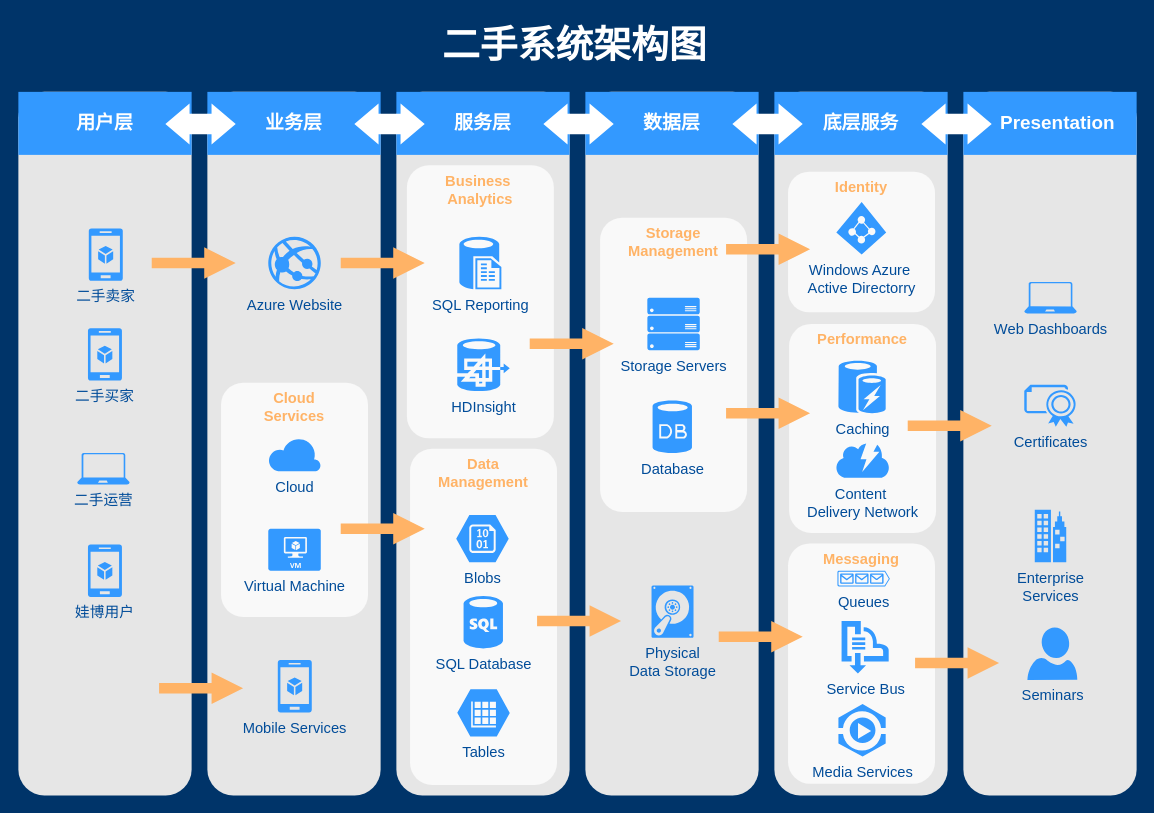
This is Untitled Diagram.drawio from killermyth/Documents, a draw.io file, before an edit. Source tidied: cells renumbered, new cells numbered last; positions are measured from the earlier drawing's top-left corner, leaving out a move shared by most shapes. Both pictures are drawn from the tidied source at 105%, with x=0, y=0 at pixel (18, 18). Pictures stored in the file or linked from it are replaced by grey dashed boxes.
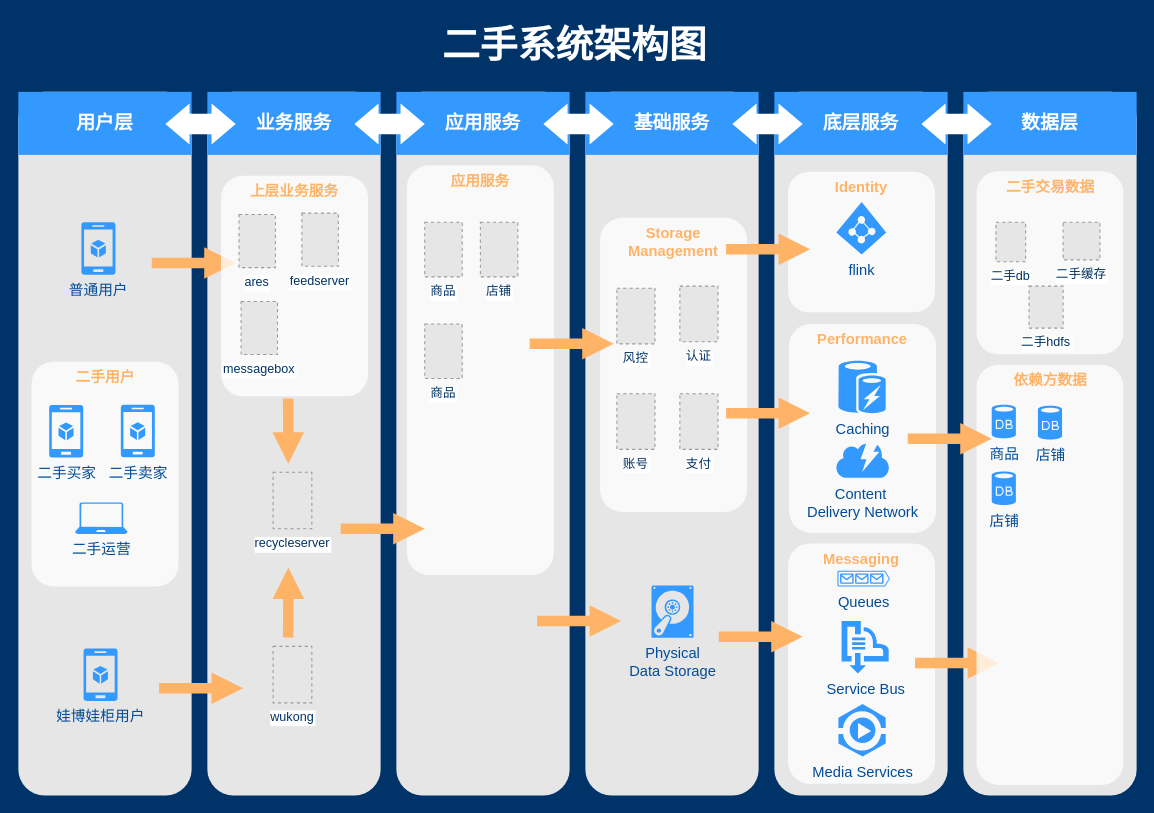
The same diagram, later.

Diff of the diagram source:
```diff
@@
-    <mxCell id="9" value="业务层" style="whiteSpace=wrap;html=1;dashed=1;strokeColor=none;strokeWidth=2;fillColor=#3399FF;fontFamily=Helvetica;fontSize=18;fontColor=#FFFFFF;fontStyle=1;" parent="1" vertex="1">
+    <mxCell id="9" value="业务服务" style="whiteSpace=wrap;html=1;dashed=1;strokeColor=none;strokeWidth=2;fillColor=#3399FF;fontFamily=Helvetica;fontSize=18;fontColor=#FFFFFF;fontStyle=1;" parent="1" vertex="1">
       <mxGeometry x="180" y="70" width="165" height="60" as="geometry" />
     </mxCell>
-    <mxCell id="10" value="服务层" style="whiteSpace=wrap;html=1;dashed=1;strokeColor=none;strokeWidth=2;fillColor=#3399FF;fontFamily=Helvetica;fontSize=18;fontColor=#FFFFFF;fontStyle=1;" parent="1" vertex="1">
+    <mxCell id="10" value="应用服务" style="whiteSpace=wrap;html=1;dashed=1;strokeColor=none;strokeWidth=2;fillColor=#3399FF;fontFamily=Helvetica;fontSize=18;fontColor=#FFFFFF;fontStyle=1;" parent="1" vertex="1">
       <mxGeometry x="360" y="70" width="165" height="60" as="geometry" />
     </mxCell>
-    <mxCell id="11" value="数据层" style="whiteSpace=wrap;html=1;dashed=1;strokeColor=none;strokeWidth=2;fillColor=#3399FF;fontFamily=Helvetica;fontSize=18;fontColor=#FFFFFF;fontStyle=1;" parent="1" vertex="1">
+    <mxCell id="11" value="基础服务" style="whiteSpace=wrap;html=1;dashed=1;strokeColor=none;strokeWidth=2;fillColor=#3399FF;fontFamily=Helvetica;fontSize=18;fontColor=#FFFFFF;fontStyle=1;" parent="1" vertex="1">
       <mxGeometry x="540" y="70" width="165" height="60" as="geometry" />
     </mxCell>
@@
-    <mxCell id="13" value="&amp;nbsp; &amp;nbsp;Presentation" style="whiteSpace=wrap;html=1;dashed=1;strokeColor=none;strokeWidth=2;fillColor=#3399FF;fontFamily=Helvetica;fontSize=18;fontColor=#FFFFFF;fontStyle=1;" parent="1" vertex="1">
+    <mxCell id="13" value="数据层" style="whiteSpace=wrap;html=1;dashed=1;strokeColor=none;strokeWidth=2;fillColor=#3399FF;fontFamily=Helvetica;fontSize=18;fontColor=#FFFFFF;fontStyle=1;" parent="1" vertex="1">
       <mxGeometry x="900" y="70" width="165" height="60" as="geometry" />
     </mxCell>
@@
-    <mxCell id="19" value="二手运营" style="verticalLabelPosition=bottom;html=1;verticalAlign=top;strokeColor=none;fillColor=#3399FF;shape=mxgraph.azure.laptop;dashed=1;fontFamily=Helvetica;fontSize=14;fontColor=#004C99;" parent="1" vertex="1">
-      <mxGeometry x="56" y="414" width="50" height="30" as="geometry" />
-    </mxCell>
-    <mxCell id="20" value="二手卖家" style="verticalLabelPosition=bottom;html=1;verticalAlign=top;strokeColor=none;fillColor=#3399FF;shape=mxgraph.azure.mobile_services;dashed=1;fontFamily=Helvetica;fontSize=14;fontColor=#004C99;" parent="1" vertex="1">
-      <mxGeometry x="67" y="200" width="32.5" height="50" as="geometry" />
-    </mxCell>
-    <mxCell id="21" value="Azure Website" style="verticalLabelPosition=bottom;html=1;verticalAlign=top;strokeColor=none;fillColor=#3399FF;shape=mxgraph.azure.azure_website;dashed=1;fontSize=14;fontColor=#004C99;" parent="1" vertex="1">
-      <mxGeometry x="238" y="208" width="50" height="50" as="geometry" />
-    </mxCell>
-    <mxCell id="22" value="Mobile Services" style="verticalLabelPosition=bottom;html=1;verticalAlign=top;strokeColor=none;fillColor=#3399FF;shape=mxgraph.azure.mobile_services;dashed=1;fontSize=14;fontColor=#004C99;" parent="1" vertex="1">
-      <mxGeometry x="247" y="611" width="32.5" height="50" as="geometry" />
-    </mxCell>
@@
-    <mxCell id="24" value="Business&amp;nbsp;&lt;div&gt;Analytics&lt;/div&gt;" style="rounded=1;whiteSpace=wrap;html=1;dashed=1;strokeColor=none;strokeWidth=2;fillColor=#FFFFFF;fontFamily=Helvetica;fontSize=14;fontColor=#FFB366;opacity=75;verticalAlign=top;fontStyle=1;" parent="1" vertex="1">
-      <mxGeometry x="370" y="140" width="140" height="260" as="geometry" />
+    <mxCell id="24" value="应用服务" style="rounded=1;whiteSpace=wrap;html=1;dashed=1;strokeColor=none;strokeWidth=2;fillColor=#FFFFFF;fontFamily=Helvetica;fontSize=14;fontColor=#FFB366;opacity=75;verticalAlign=top;fontStyle=1;" parent="1" vertex="1">
+      <mxGeometry x="370" y="140" width="140" height="390" as="geometry" />
     </mxCell>
-    <mxCell id="25" value="Data&lt;div&gt;Management&lt;/div&gt;" style="rounded=1;whiteSpace=wrap;html=1;dashed=1;strokeColor=none;strokeWidth=2;fillColor=#FFFFFF;fontFamily=Helvetica;fontSize=14;fontColor=#FFB366;opacity=75;verticalAlign=top;fontStyle=1;" parent="1" vertex="1">
-      <mxGeometry x="373" y="410" width="140" height="320" as="geometry" />
-    </mxCell>
-    <mxCell id="26" value="SQL Reporting" style="verticalLabelPosition=bottom;html=1;verticalAlign=top;strokeColor=none;fillColor=#3399FF;shape=mxgraph.azure.sql_reporting;dashed=1;fontSize=14;fontColor=#004C99;" parent="1" vertex="1">
-      <mxGeometry x="420" y="208" width="40" height="50" as="geometry" />
-    </mxCell>
-    <mxCell id="27" value="HDInsight" style="verticalLabelPosition=bottom;html=1;verticalAlign=top;strokeColor=none;fillColor=#3399FF;shape=mxgraph.azure.hdinsight;dashed=1;fontSize=14;fontColor=#004C99;" parent="1" vertex="1">
-      <mxGeometry x="418" y="305" width="50" height="50" as="geometry" />
-    </mxCell>
-    <mxCell id="28" value="SQL Database" style="verticalLabelPosition=bottom;html=1;verticalAlign=top;strokeColor=none;fillColor=#3399FF;shape=mxgraph.azure.sql_database;dashed=1;fontFamily=Helvetica;fontSize=14;fontColor=#004C99;" parent="1" vertex="1">
-      <mxGeometry x="424" y="550" width="37.5" height="50" as="geometry" />
-    </mxCell>
-    <mxCell id="29" value="Tables" style="verticalLabelPosition=bottom;html=1;verticalAlign=top;strokeColor=none;fillColor=#3399FF;shape=mxgraph.azure.storage_table;dashed=1;fontFamily=Helvetica;fontSize=14;fontColor=#004C99;" parent="1" vertex="1">
-      <mxGeometry x="418" y="639" width="50" height="45" as="geometry" />
-    </mxCell>
-    <mxCell id="30" value="Blobs" style="verticalLabelPosition=bottom;html=1;verticalAlign=top;strokeColor=none;fillColor=#3399FF;shape=mxgraph.azure.storage_blob;dashed=1;fontFamily=Helvetica;fontSize=14;fontColor=#004C99;" parent="1" vertex="1">
-      <mxGeometry x="417" y="473" width="50" height="45" as="geometry" />
-    </mxCell>
@@
-    <mxCell id="32" value="Storage Servers" style="verticalLabelPosition=bottom;html=1;verticalAlign=top;strokeColor=none;fillColor=#3399FF;shape=mxgraph.azure.server_rack;dashed=1;fontFamily=Helvetica;fontSize=14;fontColor=#004C99;" parent="1" vertex="1">
-      <mxGeometry x="599" y="266" width="50" height="50" as="geometry" />
-    </mxCell>
-    <mxCell id="33" value="Database" style="verticalLabelPosition=bottom;html=1;verticalAlign=top;strokeColor=none;fillColor=#3399FF;shape=mxgraph.azure.database;dashed=1;fontFamily=Helvetica;fontSize=14;fontColor=#004C99;" parent="1" vertex="1">
-      <mxGeometry x="604" y="364" width="37.5" height="50" as="geometry" />
-    </mxCell>
@@
-    <mxCell id="36" value="Windows Azure&amp;nbsp;&lt;div&gt;Active Directorry&lt;/div&gt;" style="verticalLabelPosition=bottom;html=1;verticalAlign=top;strokeColor=none;fillColor=#3399FF;shape=mxgraph.azure.azure_active_directory;dashed=1;fontFamily=Helvetica;fontSize=14;fontColor=#004C99;" parent="1" vertex="1">
+    <mxCell id="36" value="flink" style="verticalLabelPosition=bottom;html=1;verticalAlign=top;strokeColor=none;fillColor=#3399FF;shape=mxgraph.azure.azure_active_directory;dashed=1;fontFamily=Helvetica;fontSize=14;fontColor=#004C99;" parent="1" vertex="1">
       <mxGeometry x="779" y="175" width="47.5" height="50" as="geometry" />
     </mxCell>
@@
-    <mxCell id="44" value="Cloud&lt;div&gt;Services&lt;/div&gt;" style="rounded=1;whiteSpace=wrap;html=1;dashed=1;strokeColor=none;strokeWidth=2;fillColor=#FFFFFF;fontFamily=Helvetica;fontSize=14;fontColor=#FFB366;opacity=75;verticalAlign=top;fontStyle=1;" parent="1" vertex="1">
-      <mxGeometry x="193" y="347" width="140" height="223" as="geometry" />
-    </mxCell>
-    <mxCell id="45" value="Cloud" style="verticalLabelPosition=bottom;html=1;verticalAlign=top;strokeColor=none;fillColor=#3399FF;shape=mxgraph.azure.cloud;dashed=1;fontSize=14;fontColor=#004C99;" parent="1" vertex="1">
-      <mxGeometry x="238" y="399" width="50" height="32.5" as="geometry" />
-    </mxCell>
-    <mxCell id="46" value="Virtual Machine" style="verticalLabelPosition=bottom;html=1;verticalAlign=top;strokeColor=none;fillColor=#3399FF;shape=mxgraph.azure.virtual_machine;dashed=1;fontSize=14;fontColor=#004C99;" parent="1" vertex="1">
-      <mxGeometry x="238" y="486" width="50" height="40" as="geometry" />
-    </mxCell>
-    <mxCell id="47" value="Web Dashboards" style="verticalLabelPosition=bottom;html=1;verticalAlign=top;strokeColor=none;fillColor=#3399FF;shape=mxgraph.azure.laptop;dashed=1;fontFamily=Helvetica;fontSize=14;fontColor=#004C99;" parent="1" vertex="1">
-      <mxGeometry x="958" y="251" width="50" height="30" as="geometry" />
-    </mxCell>
-    <mxCell id="48" value="Certificates" style="verticalLabelPosition=bottom;html=1;verticalAlign=top;strokeColor=none;fillColor=#3399FF;shape=mxgraph.azure.certificate;dashed=1;fontFamily=Helvetica;fontSize=14;fontColor=#004C99;" parent="1" vertex="1">
-      <mxGeometry x="958" y="349" width="50" height="40" as="geometry" />
-    </mxCell>
-    <mxCell id="49" value="Enterprise&lt;div&gt;Services&lt;/div&gt;" style="verticalLabelPosition=bottom;html=1;verticalAlign=top;strokeColor=none;fillColor=#3399FF;shape=mxgraph.azure.enterprise;dashed=1;fontFamily=Helvetica;fontSize=14;fontColor=#004C99;" parent="1" vertex="1">
-      <mxGeometry x="968" y="468" width="30" height="50" as="geometry" />
-    </mxCell>
-    <mxCell id="50" value="Seminars" style="verticalLabelPosition=bottom;html=1;verticalAlign=top;strokeColor=none;fillColor=#3399FF;shape=mxgraph.azure.user;dashed=1;fontFamily=Helvetica;fontSize=14;fontColor=#004C99;" parent="1" vertex="1">
-      <mxGeometry x="961" y="580" width="47.5" height="50" as="geometry" />
-    </mxCell>
@@
-    <mxCell id="52" style="arrow;html=1;endArrow=block;endFill=1;strokeColor=none;strokeWidth=4;fontFamily=Helvetica;fontSize=36;fontColor=#FFB366;fillColor=#FFB366;opacity=100;" parent="1" edge="1">
-      <mxGeometry relative="1" as="geometry">
-        <mxPoint x="307" y="233" as="sourcePoint" />
-        <mxPoint x="387" y="233" as="targetPoint" />
-      </mxGeometry>
-    </mxCell>
@@
-    <mxCell id="56" style="arrow;html=1;endArrow=block;endFill=1;strokeColor=none;strokeWidth=4;fontFamily=Helvetica;fontSize=36;fontColor=#FFB366;fillColor=#FFB366;" parent="1" edge="1">
-      <mxGeometry relative="1" as="geometry">
-        <mxPoint x="847" y="388" as="sourcePoint" />
-        <mxPoint x="927" y="388" as="targetPoint" />
-      </mxGeometry>
-    </mxCell>
@@
+    <mxCell id="64" value="二手交易数据" style="rounded=1;whiteSpace=wrap;html=1;dashed=1;strokeColor=none;strokeWidth=2;fillColor=#FFFFFF;fontFamily=Helvetica;fontSize=14;fontColor=#FFB366;opacity=75;verticalAlign=top;fontStyle=1;" parent="1" vertex="1">
+      <mxGeometry x="912.5" y="145.5" width="140" height="174.5" as="geometry" />
+    </mxCell>
+    <mxCell id="63" value="普通用户" style="verticalLabelPosition=bottom;html=1;verticalAlign=top;strokeColor=none;fillColor=#3399FF;shape=mxgraph.azure.mobile_services;dashed=1;fontFamily=Helvetica;fontSize=14;fontColor=#004C99;" parent="1" vertex="1">
+      <mxGeometry x="60" y="194.2" width="32.5" height="50" as="geometry" />
+    </mxCell>
+    <mxCell id="65" value="二手db" style="fillColor=#E6E6E6;strokeColor=#999999;dashed=1;verticalLabelPosition=bottom;labelBackgroundColor=#ffffff;verticalAlign=top;fontColor=#003366;" parent="1" vertex="1">
+      <mxGeometry x="931" y="194.2" width="28.3" height="37.5" as="geometry" />
+    </mxCell>
+    <mxCell id="66" value="二手缓存" style="fillColor=#E6E6E6;strokeColor=#999999;dashed=1;verticalLabelPosition=bottom;labelBackgroundColor=#ffffff;verticalAlign=top;fontColor=#003366;" parent="1" vertex="1">
+      <mxGeometry x="995" y="194.2" width="35.1" height="35.8" as="geometry" />
+    </mxCell>
+    <mxCell id="67" value="二手hdfs" style="fillColor=#E6E6E6;strokeColor=#999999;dashed=1;verticalLabelPosition=bottom;labelBackgroundColor=#ffffff;verticalAlign=top;fontColor=#003366;" parent="1" vertex="1">
+      <mxGeometry x="962.5" y="255" width="32.5" height="40" as="geometry" />
+    </mxCell>
+    <mxCell id="68" value="依赖方数据" style="rounded=1;whiteSpace=wrap;html=1;dashed=1;strokeColor=none;strokeWidth=2;fillColor=#FFFFFF;fontFamily=Helvetica;fontSize=14;fontColor=#FFB366;opacity=75;verticalAlign=top;fontStyle=1;" parent="1" vertex="1">
+      <mxGeometry x="912.5" y="330" width="140" height="400" as="geometry" />
+    </mxCell>
+    <mxCell id="69" value="商品" style="verticalLabelPosition=bottom;html=1;verticalAlign=top;strokeColor=none;fillColor=#3399FF;shape=mxgraph.azure.database;dashed=1;fontFamily=Helvetica;fontSize=14;fontColor=#004C99;" parent="1" vertex="1">
+      <mxGeometry x="927" y="368" width="23" height="32" as="geometry" />
+    </mxCell>
+    <mxCell id="70" style="arrow;html=1;endArrow=block;endFill=1;strokeColor=none;strokeWidth=4;fontFamily=Helvetica;fontSize=36;fontColor=#FFB366;fillColor=#FFB366;" parent="1" edge="1">
+      <mxGeometry relative="1" as="geometry">
+        <mxPoint x="847" y="400.4" as="sourcePoint" />
+        <mxPoint x="927" y="400.4" as="targetPoint" />
+      </mxGeometry>
+    </mxCell>
+    <mxCell id="71" value="店铺" style="verticalLabelPosition=bottom;html=1;verticalAlign=top;strokeColor=none;fillColor=#3399FF;shape=mxgraph.azure.database;dashed=1;fontFamily=Helvetica;fontSize=14;fontColor=#004C99;" parent="1" vertex="1">
+      <mxGeometry x="971" y="369" width="23" height="32" as="geometry" />
+    </mxCell>
+    <mxCell id="72" value="店铺" style="verticalLabelPosition=bottom;html=1;verticalAlign=top;strokeColor=none;fillColor=#3399FF;shape=mxgraph.azure.database;dashed=1;fontFamily=Helvetica;fontSize=14;fontColor=#004C99;" parent="1" vertex="1">
+      <mxGeometry x="927" y="431.5" width="23" height="32" as="geometry" />
+    </mxCell>
+    <mxCell id="73" style="group;" parent="1" vertex="1">
+      <mxGeometry x="12.5" y="327" width="140" height="214" as="geometry" />
+    </mxCell>
+    <mxCell id="74" value="二手用户" style="rounded=1;whiteSpace=wrap;html=1;dashed=1;strokeColor=none;strokeWidth=2;fillColor=#FFFFFF;fontFamily=Helvetica;fontSize=14;fontColor=#FFB366;opacity=75;verticalAlign=top;fontStyle=1;" parent="73" vertex="1">
+      <mxGeometry width="140" height="214" as="geometry" />
+    </mxCell>
-    <mxCell id="62" value="二手买家" style="verticalLabelPosition=bottom;html=1;verticalAlign=top;strokeColor=none;fillColor=#3399FF;shape=mxgraph.azure.mobile_services;dashed=1;fontFamily=Helvetica;fontSize=14;fontColor=#004C99;" parent="1" vertex="1">
-      <mxGeometry x="66.2" y="295" width="32.5" height="50" as="geometry" />
+    <mxCell id="62" value="二手买家" style="verticalLabelPosition=bottom;html=1;verticalAlign=top;strokeColor=none;fillColor=#3399FF;shape=mxgraph.azure.mobile_services;dashed=1;fontFamily=Helvetica;fontSize=14;fontColor=#004C99;" parent="73" vertex="1">
+      <mxGeometry x="16.8" y="41.1" width="32.5" height="50" as="geometry" />
     </mxCell>
-    <mxCell id="63" value="娃博用户" style="verticalLabelPosition=bottom;html=1;verticalAlign=top;strokeColor=none;fillColor=#3399FF;shape=mxgraph.azure.mobile_services;dashed=1;fontFamily=Helvetica;fontSize=14;fontColor=#004C99;" parent="1" vertex="1">
-      <mxGeometry x="66.2" y="501" width="32.5" height="50" as="geometry" />
-    </mxCell>
+    <mxCell id="20" value="二手卖家" style="verticalLabelPosition=bottom;html=1;verticalAlign=top;strokeColor=none;fillColor=#3399FF;shape=mxgraph.azure.mobile_services;dashed=1;fontFamily=Helvetica;fontSize=14;fontColor=#004C99;" parent="73" vertex="1">
+      <mxGeometry x="85" y="41" width="32.5" height="50" as="geometry" />
+    </mxCell>
+    <mxCell id="19" value="二手运营" style="verticalLabelPosition=bottom;html=1;verticalAlign=top;strokeColor=none;fillColor=#3399FF;shape=mxgraph.azure.laptop;dashed=1;fontFamily=Helvetica;fontSize=14;fontColor=#004C99;" parent="73" vertex="1">
+      <mxGeometry x="41.5" y="134" width="50" height="30" as="geometry" />
+    </mxCell>
+    <mxCell id="75" value="娃博娃柜用户" style="verticalLabelPosition=bottom;html=1;verticalAlign=top;strokeColor=none;fillColor=#3399FF;shape=mxgraph.azure.mobile_services;dashed=1;fontFamily=Helvetica;fontSize=14;fontColor=#004C99;" parent="1" vertex="1">
+      <mxGeometry x="62" y="600" width="32.5" height="50" as="geometry" />
+    </mxCell>
+    <mxCell id="76" style="group;" parent="1" vertex="1">
+      <mxGeometry x="193" y="150" width="140" height="210" as="geometry" />
+    </mxCell>
+    <mxCell id="44" value="上层业务服务" style="rounded=1;whiteSpace=wrap;html=1;dashed=1;strokeColor=none;strokeWidth=2;fillColor=#FFFFFF;fontFamily=Helvetica;fontSize=14;fontColor=#FFB366;opacity=75;verticalAlign=top;fontStyle=1;" parent="76" vertex="1">
+      <mxGeometry width="140" height="210" as="geometry" />
+    </mxCell>
+    <mxCell id="77" value="ares" style="fillColor=#E6E6E6;strokeColor=#999999;dashed=1;verticalLabelPosition=bottom;labelBackgroundColor=#ffffff;verticalAlign=top;fontColor=#003366;" parent="76" vertex="1">
+      <mxGeometry x="17.1" y="36.8" width="34.7" height="50.6" as="geometry" />
+    </mxCell>
+    <mxCell id="78" value="feedserver" style="fillColor=#E6E6E6;strokeColor=#999999;dashed=1;verticalLabelPosition=bottom;labelBackgroundColor=#ffffff;verticalAlign=top;fontColor=#003366;" parent="76" vertex="1">
+      <mxGeometry x="77" y="35.5" width="34.7" height="50.6" as="geometry" />
+    </mxCell>
+    <mxCell id="79" value="messagebox" style="fillColor=#E6E6E6;strokeColor=#999999;dashed=1;verticalLabelPosition=bottom;labelBackgroundColor=#ffffff;verticalAlign=top;fontColor=#003366;" parent="76" vertex="1">
+      <mxGeometry x="19.1" y="119.6" width="34.7" height="50.6" as="geometry" />
+    </mxCell>
+    <mxCell id="80" value="recycleserver" style="fillColor=#E6E6E6;strokeColor=#999999;dashed=1;verticalLabelPosition=bottom;labelBackgroundColor=#ffffff;verticalAlign=top;fontColor=#003366;" parent="1" vertex="1">
+      <mxGeometry x="242.6" y="432.2" width="36.9" height="53.8" as="geometry" />
+    </mxCell>
+    <mxCell id="81" value="wukong" style="fillColor=#E6E6E6;strokeColor=#999999;dashed=1;verticalLabelPosition=bottom;labelBackgroundColor=#ffffff;verticalAlign=top;fontColor=#003366;" parent="1" vertex="1">
+      <mxGeometry x="242.6" y="598.1" width="36.9" height="53.8" as="geometry" />
+    </mxCell>
+    <mxCell id="82" style="arrow;html=1;endArrow=block;endFill=1;strokeColor=none;strokeWidth=4;fontFamily=Helvetica;fontSize=36;fontColor=#FFB366;fillColor=#FFB366;exitX=0.491;exitY=0.701;exitDx=0;exitDy=0;exitPerimeter=0;" parent="1" edge="1">
+      <mxGeometry relative="1" as="geometry">
+        <mxPoint x="257" y="589.7" as="sourcePoint" />
+        <mxPoint x="257.1" y="523" as="targetPoint" />
+      </mxGeometry>
+    </mxCell>
+    <mxCell id="83" style="arrow;html=1;endArrow=block;endFill=1;strokeColor=none;strokeWidth=4;fontFamily=Helvetica;fontSize=36;fontColor=#FFB366;fillColor=#FFB366;entryX=0.5;entryY=0;entryDx=0;entryDy=0;" parent="1" edge="1">
+      <mxGeometry relative="1" as="geometry">
+        <mxPoint x="257" y="362" as="sourcePoint" />
+        <mxPoint x="257.1" y="424.2" as="targetPoint" />
+      </mxGeometry>
+    </mxCell>
+    <mxCell id="84" value="商品" style="fillColor=#E6E6E6;strokeColor=#999999;dashed=1;verticalLabelPosition=bottom;labelBackgroundColor=#ffffff;verticalAlign=top;fontColor=#003366;" parent="1" vertex="1">
+      <mxGeometry x="387" y="194.2" width="35.7" height="52" as="geometry" />
+    </mxCell>
+    <mxCell id="85" value="店铺" style="fillColor=#E6E6E6;strokeColor=#999999;dashed=1;verticalLabelPosition=bottom;labelBackgroundColor=#ffffff;verticalAlign=top;fontColor=#003366;" parent="1" vertex="1">
+      <mxGeometry x="440" y="194.2" width="35.7" height="52" as="geometry" />
+    </mxCell>
+    <mxCell id="86" value="商品" style="fillColor=#E6E6E6;strokeColor=#999999;dashed=1;verticalLabelPosition=bottom;labelBackgroundColor=#ffffff;verticalAlign=top;fontColor=#003366;" parent="1" vertex="1">
+      <mxGeometry x="387" y="291" width="35.7" height="52" as="geometry" />
+    </mxCell>
+    <mxCell id="87" value="风控" style="fillColor=#E6E6E6;strokeColor=#999999;dashed=1;verticalLabelPosition=bottom;labelBackgroundColor=#ffffff;verticalAlign=top;fontColor=#003366;" parent="1" vertex="1">
+      <mxGeometry x="570" y="257" width="36.3" height="53" as="geometry" />
+    </mxCell>
+    <mxCell id="88" value="认证" style="fillColor=#E6E6E6;strokeColor=#999999;dashed=1;verticalLabelPosition=bottom;labelBackgroundColor=#ffffff;verticalAlign=top;fontColor=#003366;" parent="1" vertex="1">
+      <mxGeometry x="630" y="255" width="36.3" height="53" as="geometry" />
+    </mxCell>
+    <mxCell id="89" value="账号" style="fillColor=#E6E6E6;strokeColor=#999999;dashed=1;verticalLabelPosition=bottom;labelBackgroundColor=#ffffff;verticalAlign=top;fontColor=#003366;" parent="1" vertex="1">
+      <mxGeometry x="570" y="357.5" width="36.3" height="53" as="geometry" />
+    </mxCell>
+    <mxCell id="90" value="支付" style="fillColor=#E6E6E6;strokeColor=#999999;dashed=1;verticalLabelPosition=bottom;labelBackgroundColor=#ffffff;verticalAlign=top;fontColor=#003366;" parent="1" vertex="1">
+      <mxGeometry x="630" y="357.5" width="36.3" height="53" as="geometry" />
+    </mxCell>
```
